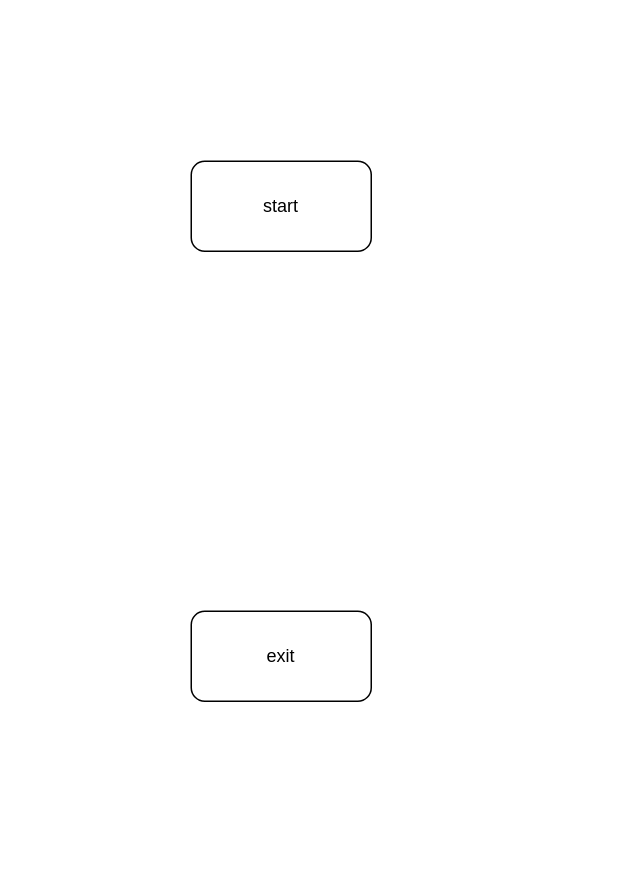
Earlier version of the draw.io diagram drawioFiles/PrintArrayMethod.drawio (kr1so/exit_task). Source tidied: cells renumbered, new cells numbered last; positions are measured from the earlier drawing's top-left corner, leaving out a move shared by most shapes. Both pictures are drawn from the tidied source at 150%, with x=0, y=0 at pixel (190, 160).
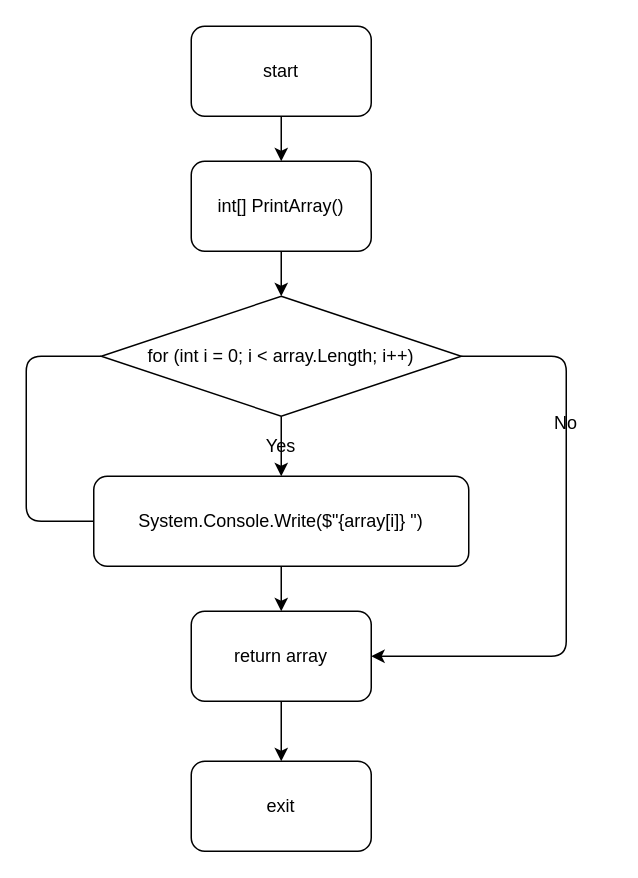
The same page after the edit.

Diff of the diagram source:
```diff
@@
+    <mxCell id="4" style="edgeStyle=none;html=1;exitX=0.5;exitY=1;exitDx=0;exitDy=0;entryX=0.5;entryY=0;entryDx=0;entryDy=0;" parent="1" edge="1" source="2" target="6">
+      <mxGeometry relative="1" as="geometry" />
+    </mxCell>
     <mxCell id="2" value="start" style="rounded=1;whiteSpace=wrap;html=1;" parent="1" vertex="1">
-      <mxGeometry width="120" height="60" as="geometry" />
+      <mxGeometry y="-90" width="120" height="60" as="geometry" />
     </mxCell>
     <mxCell id="3" value="exit" style="rounded=1;whiteSpace=wrap;html=1;" parent="1" vertex="1">
-      <mxGeometry y="300" width="120" height="60" as="geometry" />
+      <mxGeometry y="400" width="120" height="60" as="geometry" />
     </mxCell>
+    <mxCell id="5" style="edgeStyle=none;html=1;exitX=0.5;exitY=1;exitDx=0;exitDy=0;entryX=0.5;entryY=0;entryDx=0;entryDy=0;" parent="1" edge="1" source="6" target="8">
+      <mxGeometry relative="1" as="geometry" />
+    </mxCell>
+    <mxCell id="6" value="int[] PrintArray()" style="rounded=1;whiteSpace=wrap;html=1;" parent="1" vertex="1">
+      <mxGeometry width="120" height="60" as="geometry" />
+    </mxCell>
+    <mxCell id="7" style="edgeStyle=none;html=1;exitX=0.5;exitY=1;exitDx=0;exitDy=0;entryX=0.5;entryY=0;entryDx=0;entryDy=0;" parent="1" edge="1" source="8" target="10">
+      <mxGeometry relative="1" as="geometry" />
+    </mxCell>
+    <mxCell id="8" value="for (int i = 0; i &amp;lt; array.Length; i++)" style="rhombus;whiteSpace=wrap;html=1;" parent="1" vertex="1">
+      <mxGeometry x="-60" y="90" width="240" height="80" as="geometry" />
+    </mxCell>
+    <mxCell id="9" style="edgeStyle=none;html=1;exitX=0.5;exitY=1;exitDx=0;exitDy=0;" parent="1" edge="1" source="10" target="12">
+      <mxGeometry relative="1" as="geometry" />
+    </mxCell>
+    <mxCell id="10" value="System.Console.Write($&quot;{array[i]} &quot;)" style="rounded=1;whiteSpace=wrap;html=1;" parent="1" vertex="1">
+      <mxGeometry x="-65" y="210" width="250" height="60" as="geometry" />
+    </mxCell>
+    <mxCell id="11" style="edgeStyle=none;html=1;exitX=0.5;exitY=1;exitDx=0;exitDy=0;entryX=0.5;entryY=0;entryDx=0;entryDy=0;" parent="1" edge="1" source="12" target="3">
+      <mxGeometry relative="1" as="geometry" />
+    </mxCell>
+    <mxCell id="12" value="return array" style="rounded=1;whiteSpace=wrap;html=1;" parent="1" vertex="1">
+      <mxGeometry y="300" width="120" height="60" as="geometry" />
+    </mxCell>
+    <mxCell id="13" style="endArrow=none;html=1;entryX=0;entryY=0.5;entryDx=0;entryDy=0;exitX=0;exitY=0.5;exitDx=0;exitDy=0;" parent="1" edge="1" source="10" target="8">
+      <mxGeometry relative="1" as="geometry">
+        <Array as="points">
+          <mxPoint x="-110" y="240" />
+          <mxPoint x="-110" y="130" />
+        </Array>
+      </mxGeometry>
+    </mxCell>
+    <mxCell id="14" value="Yes" style="text;html=1;strokeColor=none;fillColor=none;align=center;verticalAlign=middle;whiteSpace=wrap;rounded=0;" parent="1" vertex="1">
+      <mxGeometry x="30" y="170" width="60" height="40" as="geometry" />
+    </mxCell>
+    <mxCell id="15" value="No" style="text;html=1;strokeColor=none;fillColor=none;align=center;verticalAlign=middle;whiteSpace=wrap;rounded=0;" parent="1" vertex="1">
+      <mxGeometry x="220" y="160" width="60" height="30" as="geometry" />
+    </mxCell>
+    <mxCell id="16" style="endArrow=classic;html=1;exitX=1;exitY=0.5;exitDx=0;exitDy=0;entryX=1;entryY=0.5;entryDx=0;entryDy=0;" parent="1" edge="1" source="8" target="12">
+      <mxGeometry relative="1" as="geometry">
+        <Array as="points">
+          <mxPoint x="250" y="130" />
+          <mxPoint x="250" y="330" />
+        </Array>
+      </mxGeometry>
+    </mxCell>
```
